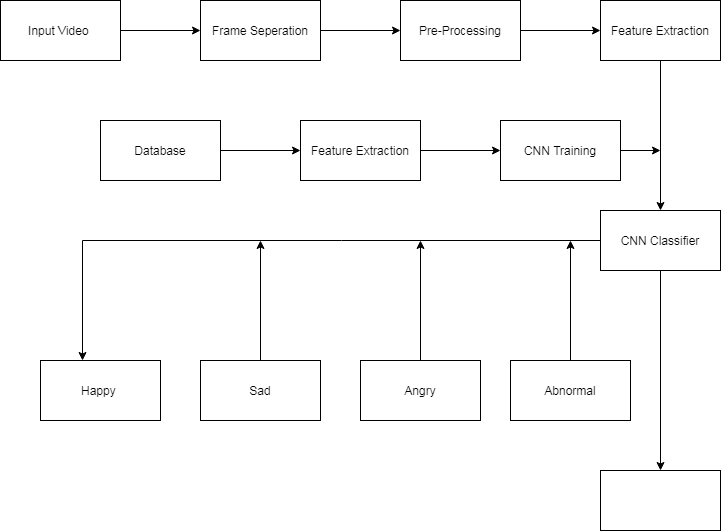
The draw.io diagram flow_diag.png in girishkumar26/Face-expression-recognition-system, before a commit. Source tidied: cells renumbered, new cells last; positions are measured from the earlier drawing's top-left corner, leaving out a move shared by most shapes. Source of this version:
```xml
<mxGraphModel>
  <root>
    <mxCell id="0" />
    <mxCell id="1" parent="0" />
    <mxCell id="2" style="edgeStyle=orthogonalEdgeStyle;rounded=0;jettySize=auto;html=1;" parent="1" edge="1" source="3" target="5">
      <mxGeometry relative="1" as="geometry" />
    </mxCell>
    <mxCell id="3" value="Input Video&amp;nbsp;" style="rounded=0;whiteSpace=wrap;html=1;" parent="1" vertex="1">
      <mxGeometry width="120" height="60" as="geometry" />
    </mxCell>
    <mxCell id="4" style="edgeStyle=orthogonalEdgeStyle;rounded=0;jettySize=auto;html=1;" parent="1" edge="1" source="5" target="7">
      <mxGeometry relative="1" as="geometry" />
    </mxCell>
    <mxCell id="5" value="Frame Seperation" style="whiteSpace=wrap;html=1;rounded=0;" parent="1" vertex="1">
      <mxGeometry x="200" width="120" height="60" as="geometry" />
    </mxCell>
    <mxCell id="6" style="edgeStyle=orthogonalEdgeStyle;rounded=0;jettySize=auto;html=1;" parent="1" edge="1" source="7" target="9">
      <mxGeometry relative="1" as="geometry" />
    </mxCell>
    <mxCell id="7" value="Pre-Processing" style="whiteSpace=wrap;html=1;rounded=0;" parent="1" vertex="1">
      <mxGeometry x="400" width="120" height="60" as="geometry" />
    </mxCell>
    <mxCell id="8" style="edgeStyle=orthogonalEdgeStyle;rounded=0;jettySize=auto;html=1;" parent="1" edge="1" source="9" target="18">
      <mxGeometry relative="1" as="geometry" />
    </mxCell>
    <mxCell id="9" value="Feature Extraction" style="whiteSpace=wrap;html=1;rounded=0;" parent="1" vertex="1">
      <mxGeometry x="600" width="120" height="60" as="geometry" />
    </mxCell>
    <mxCell id="10" style="edgeStyle=orthogonalEdgeStyle;rounded=0;jettySize=auto;html=1;" parent="1" edge="1" source="11" target="13">
      <mxGeometry relative="1" as="geometry" />
    </mxCell>
    <mxCell id="11" value="Database" style="rounded=0;whiteSpace=wrap;html=1;" parent="1" vertex="1">
      <mxGeometry x="100" y="120" width="120" height="60" as="geometry" />
    </mxCell>
    <mxCell id="12" style="edgeStyle=orthogonalEdgeStyle;rounded=0;jettySize=auto;html=1;" parent="1" edge="1" source="13" target="15">
      <mxGeometry relative="1" as="geometry" />
    </mxCell>
    <mxCell id="13" value="Feature Extraction" style="rounded=0;whiteSpace=wrap;html=1;" parent="1" vertex="1">
      <mxGeometry x="300" y="120" width="120" height="60" as="geometry" />
    </mxCell>
    <mxCell id="14" style="edgeStyle=orthogonalEdgeStyle;rounded=0;jettySize=auto;html=1;" parent="1" edge="1" source="15">
      <mxGeometry relative="1" as="geometry">
        <mxPoint x="660" y="150" as="targetPoint" />
      </mxGeometry>
    </mxCell>
    <mxCell id="15" value="CNN Training" style="rounded=0;whiteSpace=wrap;html=1;" parent="1" vertex="1">
      <mxGeometry x="500" y="120" width="120" height="60" as="geometry" />
    </mxCell>
    <mxCell id="16" style="edgeStyle=orthogonalEdgeStyle;rounded=0;jettySize=auto;html=1;entryX=0.35;entryY=0;entryDx=0;entryDy=0;entryPerimeter=0;" parent="1" edge="1" source="18" target="19">
      <mxGeometry relative="1" as="geometry">
        <Array as="points">
          <mxPoint x="82" y="240" />
        </Array>
      </mxGeometry>
    </mxCell>
    <mxCell id="17" style="edgeStyle=orthogonalEdgeStyle;rounded=0;jettySize=auto;html=1;" parent="1" edge="1" source="18">
      <mxGeometry relative="1" as="geometry">
        <mxPoint x="660" y="470" as="targetPoint" />
      </mxGeometry>
    </mxCell>
    <mxCell id="18" value="CNN Classifier" style="whiteSpace=wrap;html=1;rounded=0;" parent="1" vertex="1">
      <mxGeometry x="600" y="210" width="120" height="60" as="geometry" />
    </mxCell>
    <mxCell id="19" value="Happy&amp;nbsp;" style="rounded=0;whiteSpace=wrap;html=1;" parent="1" vertex="1">
      <mxGeometry x="40" y="360" width="120" height="60" as="geometry" />
    </mxCell>
    <mxCell id="20" style="edgeStyle=orthogonalEdgeStyle;rounded=0;jettySize=auto;html=1;" parent="1" edge="1" source="21">
      <mxGeometry relative="1" as="geometry">
        <mxPoint x="260" y="240" as="targetPoint" />
      </mxGeometry>
    </mxCell>
    <mxCell id="21" value="Sad" style="rounded=0;whiteSpace=wrap;html=1;" parent="1" vertex="1">
      <mxGeometry x="200" y="360" width="120" height="60" as="geometry" />
    </mxCell>
    <mxCell id="22" style="edgeStyle=orthogonalEdgeStyle;rounded=0;jettySize=auto;html=1;" parent="1" edge="1" source="23">
      <mxGeometry relative="1" as="geometry">
        <mxPoint x="420" y="240" as="targetPoint" />
      </mxGeometry>
    </mxCell>
    <mxCell id="23" value="Angry" style="rounded=0;whiteSpace=wrap;html=1;" parent="1" vertex="1">
      <mxGeometry x="360" y="360" width="120" height="60" as="geometry" />
    </mxCell>
    <mxCell id="24" style="edgeStyle=orthogonalEdgeStyle;rounded=0;jettySize=auto;html=1;" parent="1" edge="1" source="25">
      <mxGeometry relative="1" as="geometry">
        <mxPoint x="570" y="240" as="targetPoint" />
      </mxGeometry>
    </mxCell>
    <mxCell id="25" value="Abnormal" style="rounded=0;whiteSpace=wrap;html=1;" parent="1" vertex="1">
      <mxGeometry x="510" y="360" width="120" height="60" as="geometry" />
    </mxCell>
    <mxCell id="26" style="rounded=0;whiteSpace=wrap;html=1;" parent="1" vertex="1">
      <mxGeometry x="600" y="470" width="120" height="60" as="geometry" />
    </mxCell>
  </root>
</mxGraphModel>
```
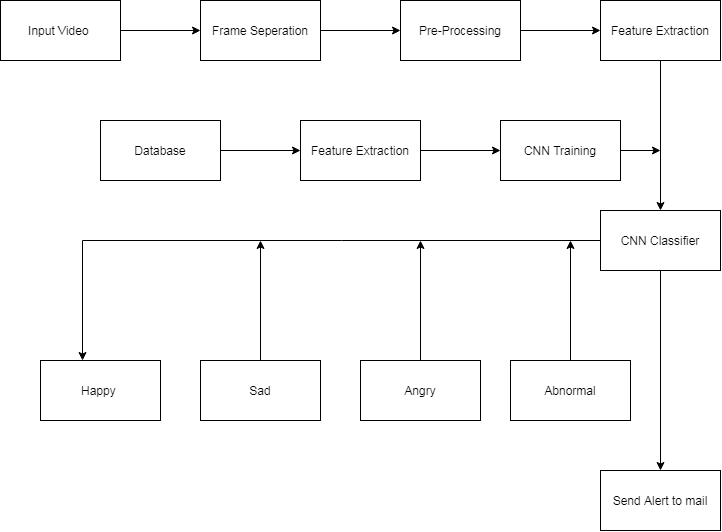
Later version of the same file.

Change to the diagram source:
```diff
@@ -88,7 +88,7 @@
     <mxCell id="25" value="Abnormal" style="rounded=0;whiteSpace=wrap;html=1;" parent="1" vertex="1">
       <mxGeometry x="510" y="360" width="120" height="60" as="geometry" />
     </mxCell>
-    <mxCell id="26" style="rounded=0;whiteSpace=wrap;html=1;" parent="1" vertex="1">
+    <mxCell id="26" value="Send Alert to mail" style="rounded=0;whiteSpace=wrap;html=1;" parent="1" vertex="1">
       <mxGeometry x="600" y="470" width="120" height="60" as="geometry" />
     </mxCell>
   </root>
```
